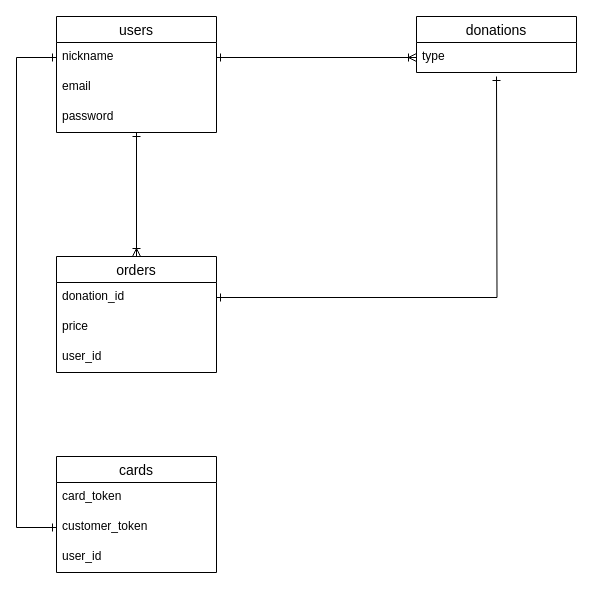
kosei-kubota/donation_app keeps this draw.io diagram as config/donation.dio. Above is the earlier version. Source tidied: cells renumbered, new cells numbered last; positions are measured from the earlier drawing's top-left corner, leaving out a move shared by most shapes. Both pictures are drawn from the tidied source at 100%, with x=0, y=0 at pixel (16, 16).
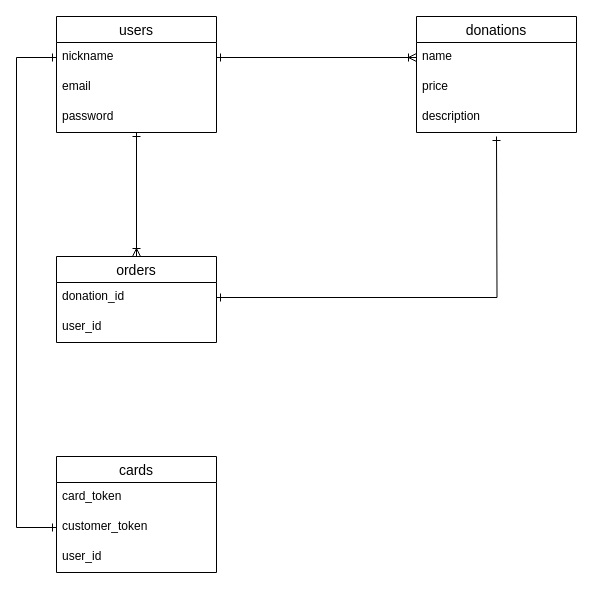
After the change.

The change refers to these unchanged cells:
```xml
<mxCell id="10" value="donation_id" style="text;strokeColor=none;fillColor=none;spacingLeft=4;spacingRight=4;overflow=hidden;points=[[0,0.5],[1,0.5]];portConstraint=eastwest;fontSize=12;" parent="9" vertex="1">
  <mxGeometry y="26" width="160" height="30" as="geometry" />
</mxCell>
```

The edit, as a diff of the source:
```diff
@@
     <mxCell id="6" value="donations" style="swimlane;fontStyle=0;horizontal=1;startSize=26;align=center;fontSize=14;" parent="1" vertex="1">
-      <mxGeometry x="400" width="160" height="56" as="geometry" />
+      <mxGeometry x="400" width="160" height="116" as="geometry" />
     </mxCell>
-    <mxCell id="7" value="type" style="text;strokeColor=none;fillColor=none;spacingLeft=4;spacingRight=4;overflow=hidden;points=[[0,0.5],[1,0.5]];portConstraint=eastwest;fontSize=12;" parent="6" vertex="1">
+    <mxCell id="7" value="name" style="text;strokeColor=none;fillColor=none;spacingLeft=4;spacingRight=4;overflow=hidden;points=[[0,0.5],[1,0.5]];portConstraint=eastwest;fontSize=12;" parent="6" vertex="1">
       <mxGeometry y="26" width="160" height="30" as="geometry" />
     </mxCell>
+    <mxCell id="11" value="price" style="text;strokeColor=none;fillColor=none;spacingLeft=4;spacingRight=4;overflow=hidden;fontSize=12;" parent="6" vertex="1">
+      <mxGeometry y="56" width="160" height="30" as="geometry" />
+    </mxCell>
+    <mxCell id="20" value="description" style="text;strokeColor=none;fillColor=none;spacingLeft=4;spacingRight=4;overflow=hidden;fontSize=12;" parent="6" vertex="1">
+      <mxGeometry y="86" width="160" height="30" as="geometry" />
+    </mxCell>
@@
     <mxCell id="9" value="orders" style="swimlane;fontStyle=0;horizontal=1;startSize=26;align=center;fontSize=14;" parent="1" vertex="1">
-      <mxGeometry x="40" y="240" width="160" height="116" as="geometry" />
+      <mxGeometry x="40" y="240" width="160" height="86" as="geometry" />
     </mxCell>
@@
-    <mxCell id="11" value="price" style="text;strokeColor=none;fillColor=none;spacingLeft=4;spacingRight=4;overflow=hidden;fontSize=12;" parent="9" vertex="1">
-      <mxGeometry y="56" width="160" height="30" as="geometry" />
-    </mxCell>
     <mxCell id="12" value="user_id" style="text;strokeColor=none;fillColor=none;spacingLeft=4;spacingRight=4;overflow=hidden;fontSize=12;" parent="9" vertex="1">
-      <mxGeometry y="86" width="160" height="30" as="geometry" />
+      <mxGeometry y="56" width="160" height="30" as="geometry" />
     </mxCell>
@@
     <mxCell id="18" style="edgeStyle=orthogonalEdgeStyle;rounded=0;jettySize=auto;html=1;exitX=1;exitY=0.5;exitDx=0;exitDy=0;startArrow=ERone;startFill=0;endArrow=ERone;endFill=0;" parent="1" edge="1" source="10">
       <mxGeometry relative="1" as="geometry">
-        <mxPoint x="480" y="60" as="targetPoint" />
+        <mxPoint x="480" y="120" as="targetPoint" />
       </mxGeometry>
     </mxCell>
```
